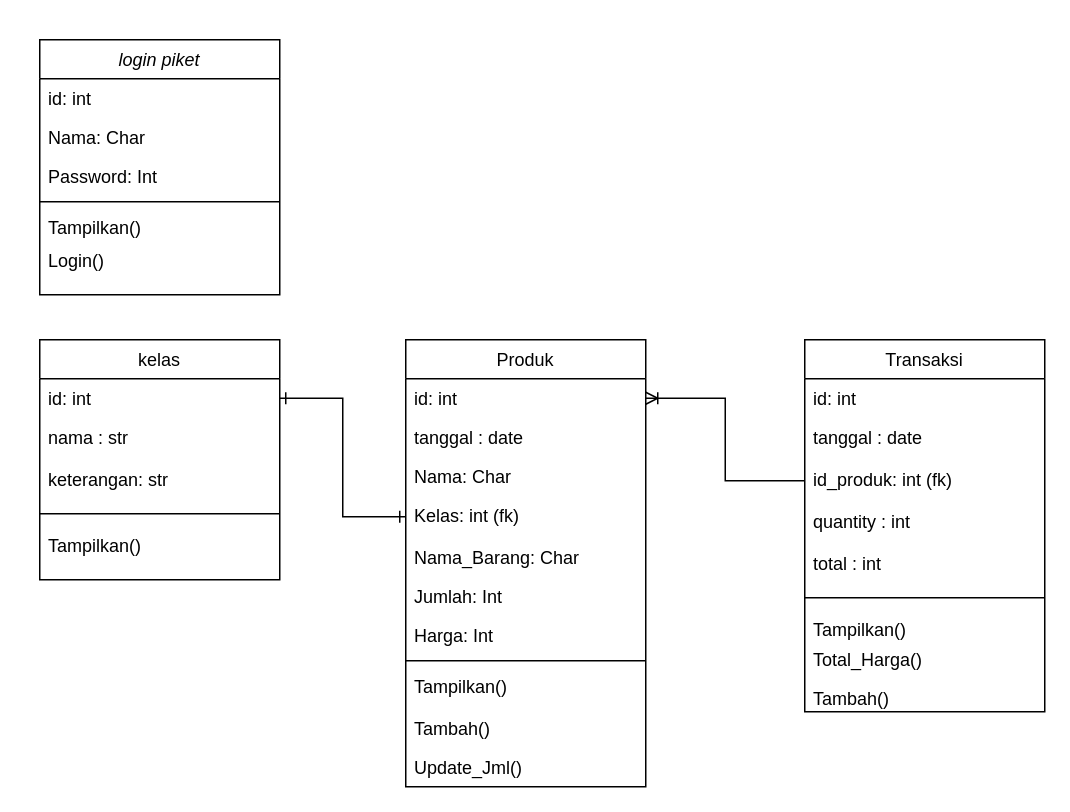
Before: class diagram.drawio in R-TSE-Real-Time-Software-Engineers/SPW-Canteen, a draw.io diagram. Source tidied: cells renumbered, new cells numbered last; positions are measured from the earlier drawing's top-left corner, leaving out a move shared by most shapes. Both pictures are drawn from the tidied source at 150%, with x=0, y=0 at pixel (39, 39).
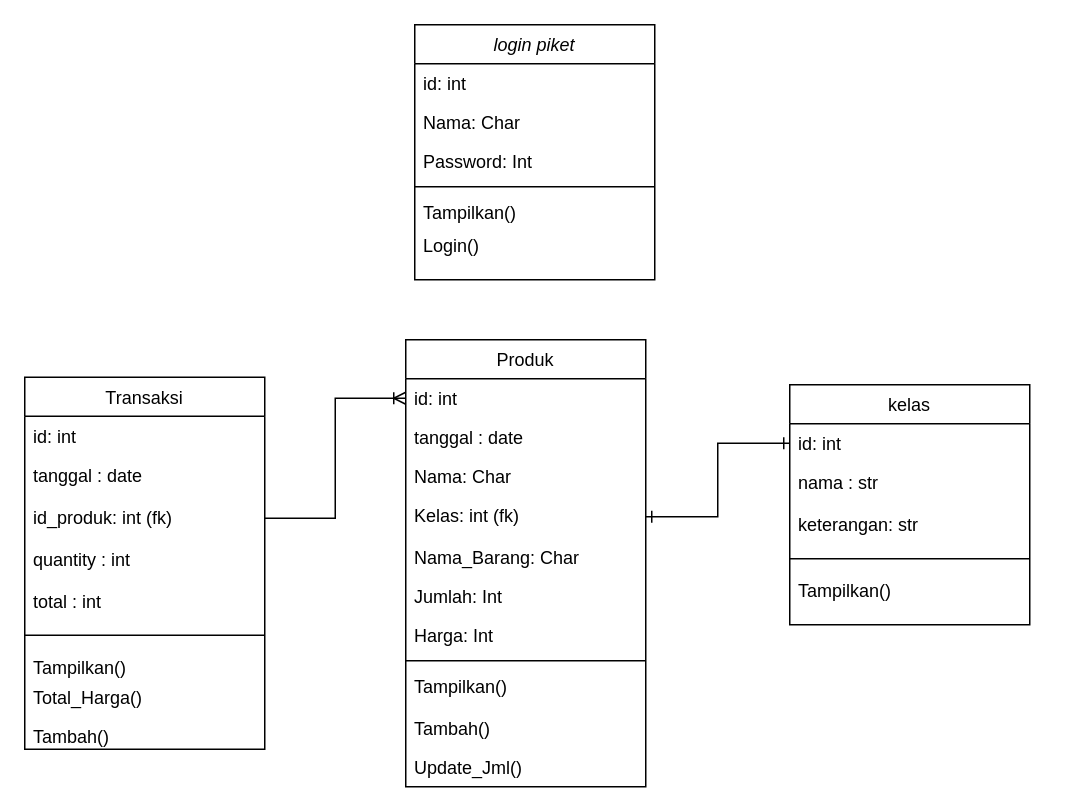
Above is the later version.

Unchanged cells that the change refers to:
```xml
<mxCell id="10" value="id: int" style="text;align=left;verticalAlign=top;spacingLeft=4;spacingRight=4;overflow=hidden;points=[[0,0.5],[1,0.5]];portConstraint=eastwest;" parent="9" vertex="1">
  <mxGeometry y="26" width="160" height="26" as="geometry" />
</mxCell>
<mxCell id="24" value="id_produk: int (fk)" style="text;align=left;verticalAlign=top;spacingLeft=4;spacingRight=4;overflow=hidden;points=[[0,0.5],[1,0.5]];portConstraint=eastwest;rounded=0;shadow=0;html=0;" parent="21" vertex="1">
  <mxGeometry y="80" width="160" height="28" as="geometry" />
</mxCell>
```

Diff of the diagram source:
```diff
@@
     <mxCell id="2" value="login piket" style="swimlane;fontStyle=2;align=center;verticalAlign=top;horizontal=1;startSize=26;rounded=0;shadow=0;strokeWidth=1;" parent="1" vertex="1">
-      <mxGeometry width="160" height="170" as="geometry" />
+      <mxGeometry x="250" y="-10" width="160" height="170" as="geometry" />
     </mxCell>
@@
     <mxCell id="21" value="Transaksi" style="swimlane;fontStyle=0;align=center;verticalAlign=top;horizontal=1;startSize=26;rounded=0;shadow=0;strokeWidth=1;" parent="1" vertex="1">
-      <mxGeometry x="510" y="200" width="160" height="248" as="geometry" />
+      <mxGeometry x="-10" y="225" width="160" height="248" as="geometry" />
     </mxCell>
@@
     <mxCell id="31" value="kelas" style="swimlane;fontStyle=0;align=center;verticalAlign=top;horizontal=1;startSize=26;rounded=0;shadow=0;strokeWidth=1;" parent="1" vertex="1">
-      <mxGeometry y="200" width="160" height="160" as="geometry" />
+      <mxGeometry x="500" y="230" width="160" height="160" as="geometry" />
     </mxCell>
@@
-    <mxCell id="38" style="edgeStyle=orthogonalEdgeStyle;rounded=0;jettySize=auto;html=1;entryX=0;entryY=0.5;entryDx=0;entryDy=0;startArrow=ERoneToMany;startFill=0;endArrow=none;endFill=0;" parent="1" edge="1" source="10" target="24">
+    <mxCell id="38" style="edgeStyle=orthogonalEdgeStyle;rounded=0;jettySize=auto;html=1;entryX=1;entryY=0.5;entryDx=0;entryDy=0;startArrow=ERoneToMany;startFill=0;endArrow=none;endFill=0;" parent="1" edge="1" source="10" target="24">
       <mxGeometry relative="1" as="geometry" />
     </mxCell>
```
